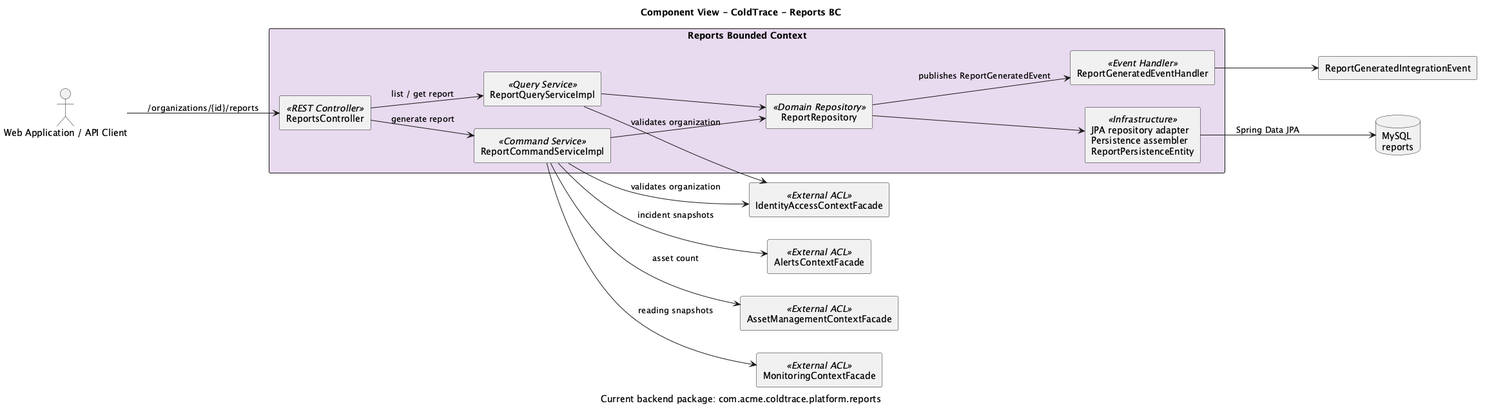
Before: report/assets/chapter-04/diagramcomponents/component-reportes.png, a diagram exported from PlantUML (ICEQ2026/informe-del-proyecto).
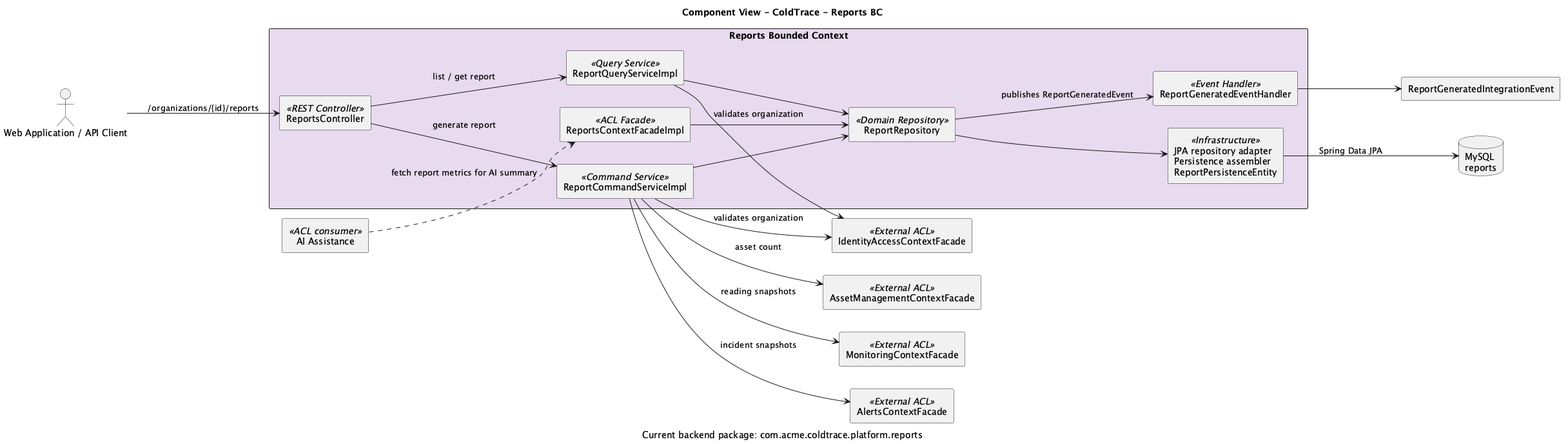
The same file after the commit.

Change to the diagram source:
```diff
@@ -15,12 +15,14 @@
 component "AssetManagementContextFacade" as asset_facade <<External ACL>>
 component "MonitoringContextFacade" as monitoring_facade <<External ACL>>
 component "AlertsContextFacade" as alerts_facade <<External ACL>>
+component "AI Assistance" as ai_bc <<ACL consumer>>
 
 package "Reports Bounded Context" #E8DAEF {
 
   [ReportsController] <<REST Controller>> as reports_ctrl
   [ReportCommandServiceImpl] <<Command Service>> as report_cmd
   [ReportQueryServiceImpl] <<Query Service>> as report_query
+  [ReportsContextFacadeImpl] <<ACL Facade>> as reports_facade
   [ReportGeneratedEventHandler] <<Event Handler>> as report_event_handler
 
   [ReportRepository] <<Domain Repository>> as report_repo
@@ -39,6 +41,8 @@
 
 report_cmd --> report_repo
 report_query --> report_repo
+reports_facade --> report_repo
+ai_bc ..> reports_facade : fetch report metrics for AI summary
 report_repo --> report_event_handler : publishes ReportGeneratedEvent
 report_event_handler --> [ReportGeneratedIntegrationEvent]
 
```
